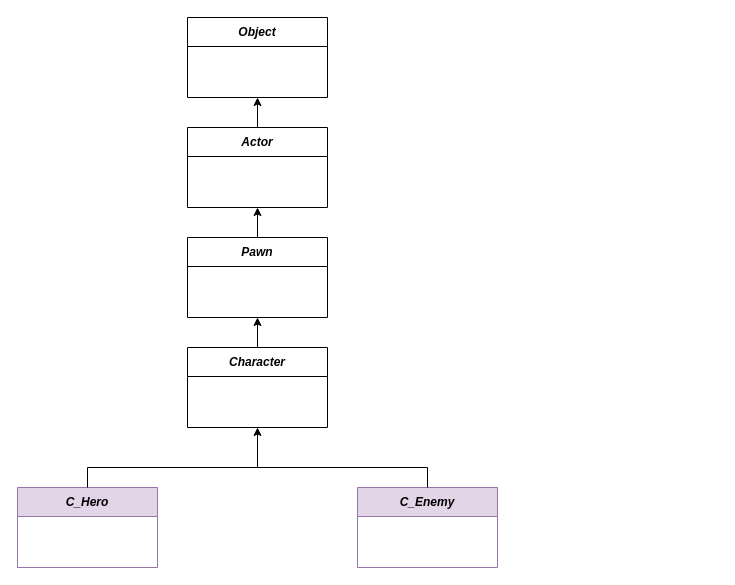
ekdbs/draw.io keeps this draw.io diagram as 제목 없는 다이어그램.drawio. Above is the earlier version. Source tidied: cells renumbered, new cells numbered last; positions are measured from the earlier drawing's top-left corner, leaving out a move shared by most shapes. Both pictures are drawn from the tidied source at 100%, with x=0, y=0 at pixel (17, 17).
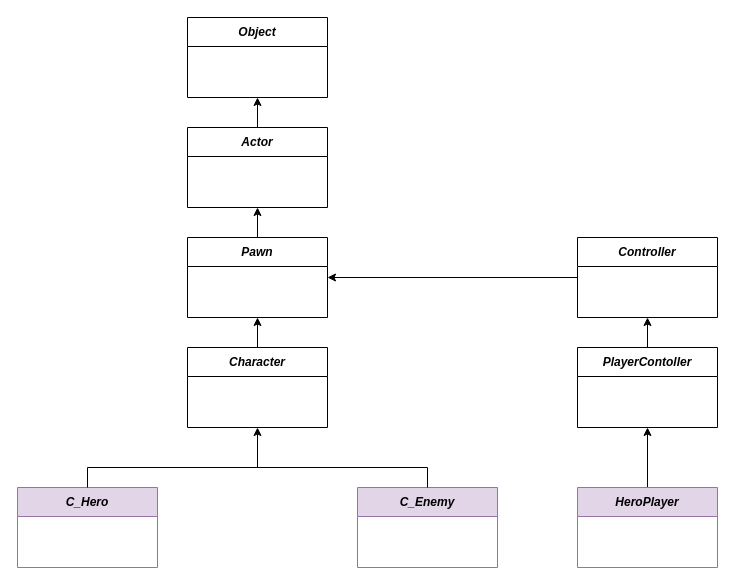
The same diagram, later.

Commit message:
Class Construct.drawio 업데이트

Unchanged cells that the change refers to:
```xml
<mxCell id="7" value="&lt;i&gt;Pawn&lt;/i&gt;" style="swimlane;fontStyle=1;align=center;verticalAlign=middle;horizontal=1;startSize=29;html=1;whiteSpace=wrap;" parent="1" vertex="1">
  <mxGeometry x="170" y="220" width="140" height="80" as="geometry" />
</mxCell>
```

What changed in the source:
```diff
@@
+    <mxCell id="15" style="edgeStyle=orthogonalEdgeStyle;rounded=0;jettySize=auto;html=1;entryX=0.5;entryY=1;entryDx=0;entryDy=0;" parent="1" edge="1" source="16" target="18">
+      <mxGeometry relative="1" as="geometry" />
+    </mxCell>
+    <mxCell id="16" value="&lt;i&gt;HeroPlayer&lt;/i&gt;" style="swimlane;fontStyle=1;align=center;verticalAlign=middle;horizontal=1;startSize=29;html=1;whiteSpace=wrap;fillColor=#e1d5e7;strokeColor=#9673a6;" parent="1" vertex="1">
+      <mxGeometry x="560" y="470" width="140" height="80" as="geometry" />
+    </mxCell>
+    <mxCell id="17" style="edgeStyle=orthogonalEdgeStyle;rounded=0;jettySize=auto;html=1;entryX=0.5;entryY=1;entryDx=0;entryDy=0;" parent="1" edge="1" source="18" target="20">
+      <mxGeometry relative="1" as="geometry" />
+    </mxCell>
+    <mxCell id="18" value="&lt;i&gt;PlayerContoller&lt;/i&gt;" style="swimlane;fontStyle=1;align=center;verticalAlign=middle;horizontal=1;startSize=29;html=1;whiteSpace=wrap;" parent="1" vertex="1">
+      <mxGeometry x="560" y="330" width="140" height="80" as="geometry" />
+    </mxCell>
+    <mxCell id="19" style="edgeStyle=orthogonalEdgeStyle;rounded=0;jettySize=auto;html=1;entryX=1;entryY=0.5;entryDx=0;entryDy=0;" parent="1" edge="1" source="20" target="7">
+      <mxGeometry relative="1" as="geometry" />
+    </mxCell>
+    <mxCell id="20" value="&lt;i&gt;Controller&lt;/i&gt;" style="swimlane;fontStyle=1;align=center;verticalAlign=middle;horizontal=1;startSize=29;html=1;whiteSpace=wrap;" parent="1" vertex="1">
+      <mxGeometry x="560" y="220" width="140" height="80" as="geometry" />
+    </mxCell>
```
